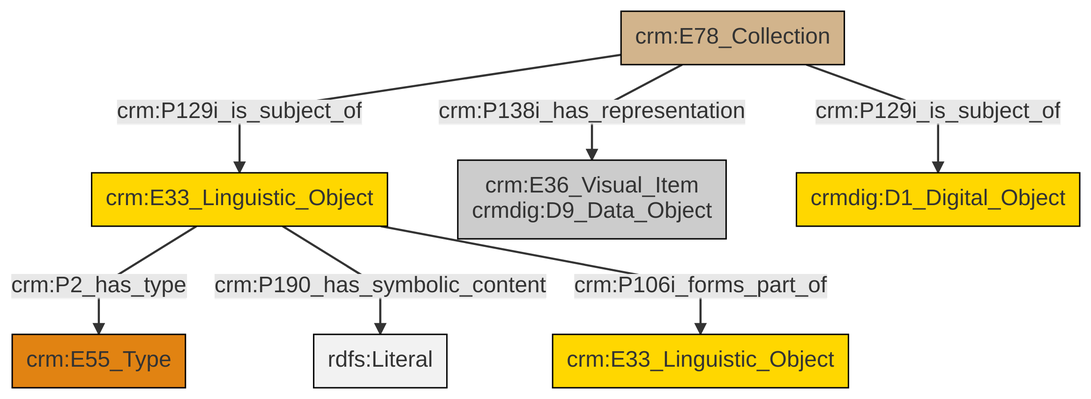
This is et/archivalCSV/ttl/mmd/png/archival_docs.png from swiss-art-research-net/docs.swissartresearch, a Mermaid export, as it was before one commit. Its source is kept beside it as et/archivalCSV/ttl/mmd/archival_docs.ttl.mmd.
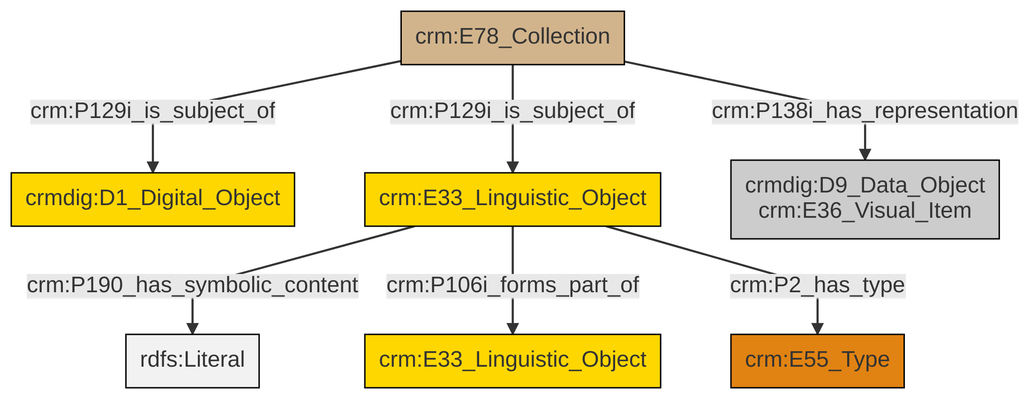
After the change.

What changed in the source:
```diff
@@ -13,9 +13,9 @@
 classDef PC_Classes fill:#4ce600, stroke:#000000;
 classDef Multi fill:#cccccc,stroke:#000000;
 
-0["crm:E33_Linguistic_Object"]:::Conceptual_Object -->|crm:P2_has_type| 1["crm:E55_Type"]:::Type
-0["crm:E33_Linguistic_Object"]:::Conceptual_Object -->|crm:P190_has_symbolic_content| 6[rdfs:Literal]:::Literal
-7["crm:E78_Collection"]:::Physical_Thing -->|crm:P138i_has_representation| 2["crm:E36_Visual_Item<br>crmdig:D9_Data_Object"]:::Multi
-7["crm:E78_Collection"]:::Physical_Thing -->|crm:P129i_is_subject_of| 9["crmdig:D1_Digital_Object"]:::Conceptual_Object
-0["crm:E33_Linguistic_Object"]:::Conceptual_Object -->|crm:P106i_forms_part_of| 4["crm:E33_Linguistic_Object"]:::Conceptual_Object
-7["crm:E78_Collection"]:::Physical_Thing -->|crm:P129i_is_subject_of| 0["crm:E33_Linguistic_Object"]:::Conceptual_Object
+0["crm:E78_Collection"]:::Physical_Thing -->|crm:P129i_is_subject_of| 1["crmdig:D1_Digital_Object"]:::Conceptual_Object
+0["crm:E78_Collection"]:::Physical_Thing -->|crm:P129i_is_subject_of| 2["crm:E33_Linguistic_Object"]:::Conceptual_Object
+2["crm:E33_Linguistic_Object"]:::Conceptual_Object -->|crm:P190_has_symbolic_content| 4[rdfs:Literal]:::Literal
+0["crm:E78_Collection"]:::Physical_Thing -->|crm:P138i_has_representation| 5["crmdig:D9_Data_Object<br>crm:E36_Visual_Item"]:::Multi
+2["crm:E33_Linguistic_Object"]:::Conceptual_Object -->|crm:P106i_forms_part_of| 9["crm:E33_Linguistic_Object"]:::Conceptual_Object
+2["crm:E33_Linguistic_Object"]:::Conceptual_Object -->|crm:P2_has_type| 7["crm:E55_Type"]:::Type
```
